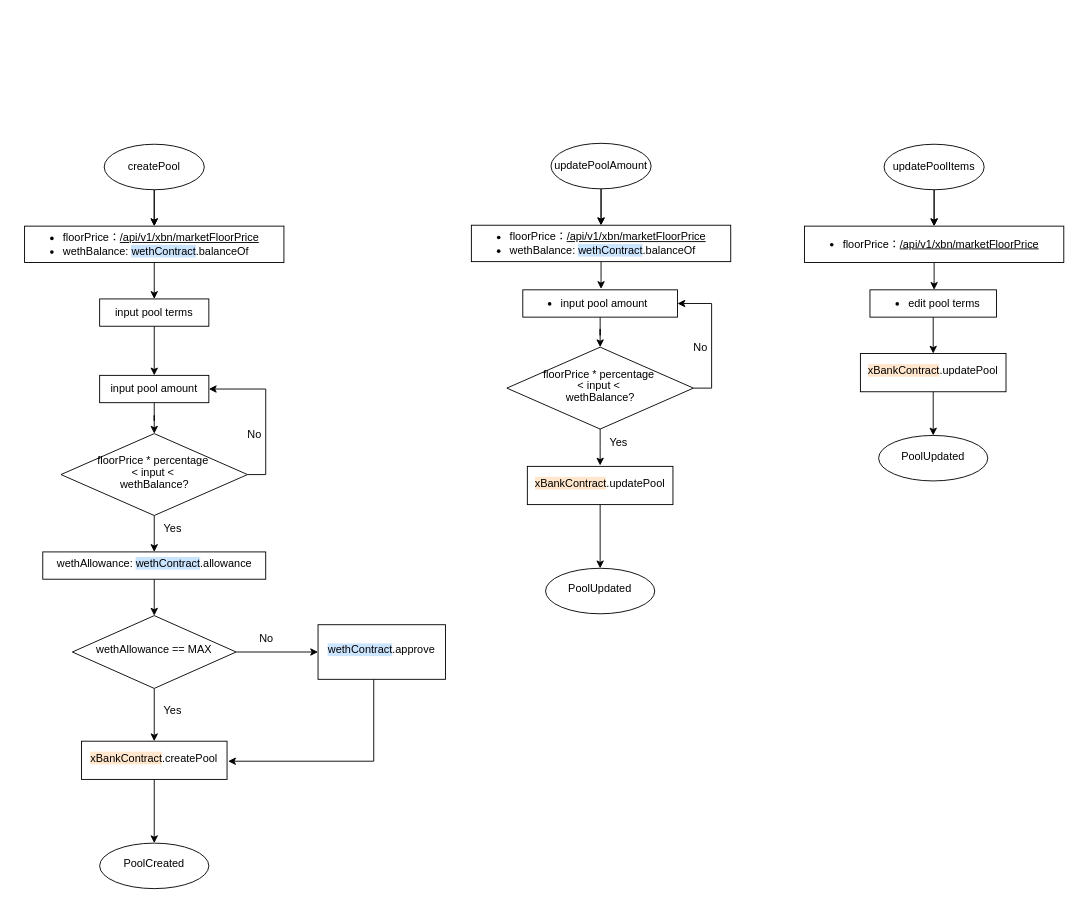
Above: pool.drawio in xbank-xiexueni/xbn (draw.io), before the change. Source tidied: cells renumbered, new cells numbered last; positions are measured from the earlier drawing's top-left corner, leaving out a move shared by most shapes. Both pictures are drawn from the tidied source at 91%, with x=0, y=0 at pixel (25, 143).
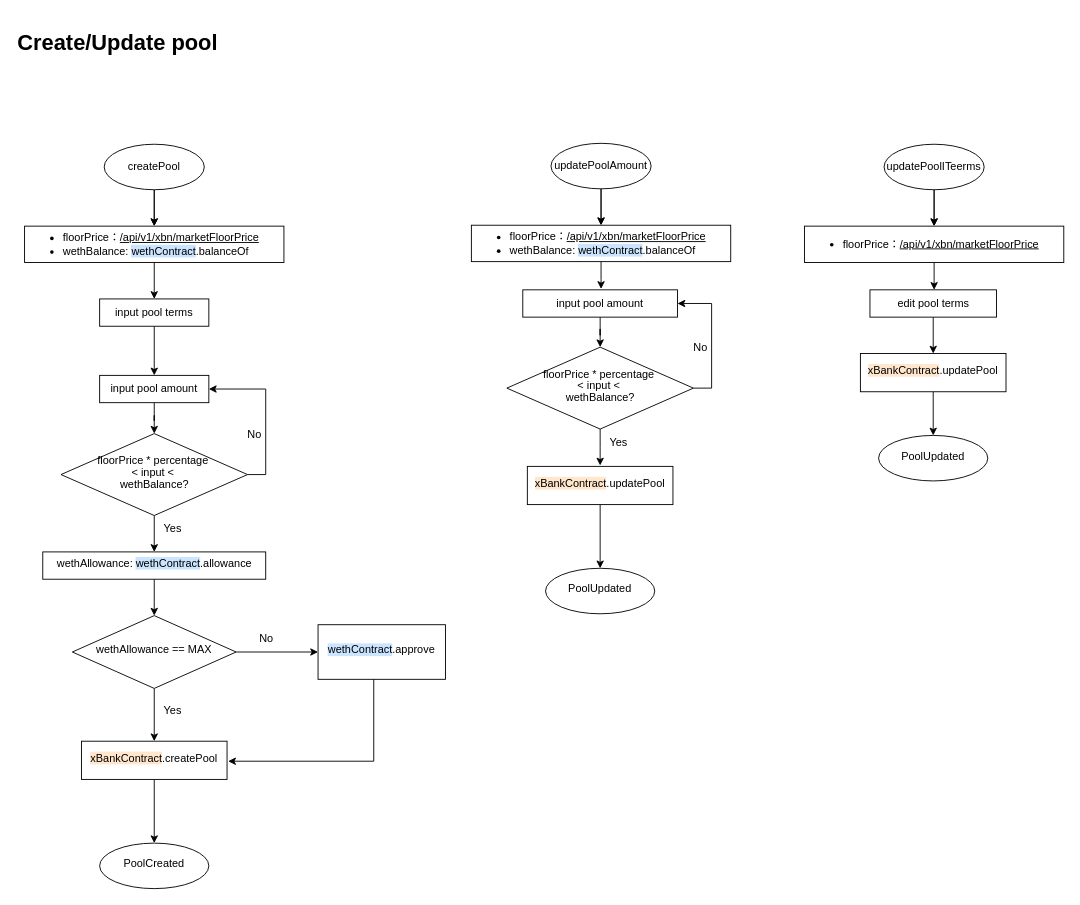
Above is the later version.

Diff of the diagram source:
```diff
@@
-    <mxCell id="39" value="&lt;ul&gt;&lt;li&gt;input pool amount&lt;/li&gt;&lt;/ul&gt;" style="rounded=0;whiteSpace=wrap;html=1;align=left;" parent="1" vertex="1">
+    <mxCell id="39" value="&lt;div style=&quot;&quot;&gt;&lt;span style=&quot;background-color: initial;&quot;&gt;input pool amount&lt;/span&gt;&lt;/div&gt;" style="rounded=0;whiteSpace=wrap;html=1;align=center;" parent="1" vertex="1">
       <mxGeometry x="547" y="161" width="170" height="30" as="geometry" />
     </mxCell>
@@
-    <mxCell id="46" value="updatePoolItems" style="ellipse;whiteSpace=wrap;html=1;" parent="1" vertex="1">
+    <mxCell id="46" value="updatePoolITeerms" style="ellipse;whiteSpace=wrap;html=1;" parent="1" vertex="1">
       <mxGeometry x="944" y="1" width="110" height="50" as="geometry" />
     </mxCell>
@@
-    <mxCell id="50" value="&lt;ul&gt;&lt;li&gt;edit pool terms&lt;/li&gt;&lt;/ul&gt;" style="rounded=0;whiteSpace=wrap;html=1;align=left;" parent="1" vertex="1">
+    <mxCell id="50" value="&lt;div style=&quot;&quot;&gt;&lt;span style=&quot;background-color: initial;&quot;&gt;edit pool terms&lt;/span&gt;&lt;/div&gt;" style="rounded=0;whiteSpace=wrap;html=1;align=center;" parent="1" vertex="1">
       <mxGeometry x="928.5" y="161" width="139" height="30" as="geometry" />
     </mxCell>
@@
+    <mxCell id="53" value="Create/Update pool&amp;nbsp;" style="text;html=1;align=left;verticalAlign=middle;whiteSpace=wrap;rounded=0;fontSize=24;fontStyle=1;" parent="1" vertex="1">
+      <mxGeometry x="-10.5" y="-140" width="510" height="60" as="geometry" />
+    </mxCell>
```
